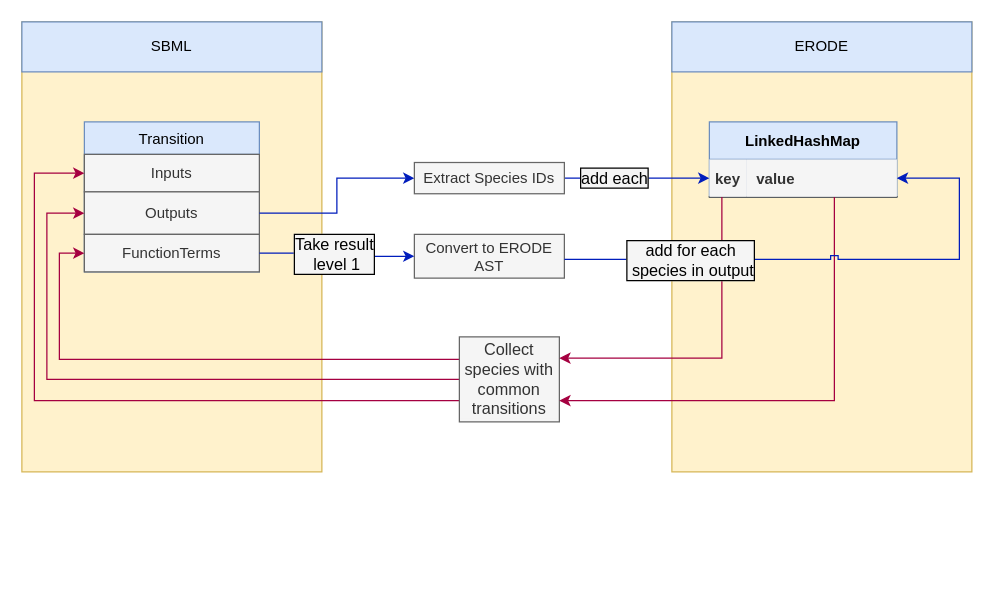
Above: Diagrams/TransitionConversion.drawio in Unfunctioned/SBML-Converter-for-ERODE (draw.io), before the change. Source tidied: cells renumbered, new cells numbered last; positions are measured from the earlier drawing's top-left corner, leaving out a move shared by most shapes. Both pictures are drawn from the tidied source at 125%, with x=0, y=0 at pixel (21, 21).
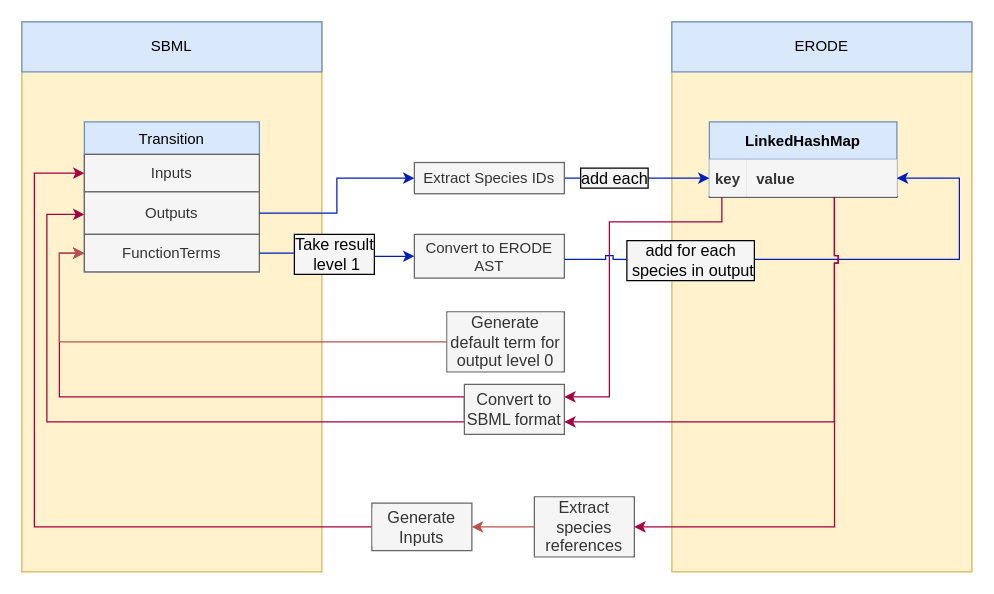
The same diagram, later.

The change refers to these unchanged cells:
```xml
<mxCell id="7" value="Inputs" style="rounded=0;whiteSpace=wrap;html=1;fillColor=#f5f5f5;strokeColor=#666666;fontColor=#333333;" parent="6" vertex="1">
  <mxGeometry y="26" width="140" height="30" as="geometry" />
</mxCell>
<mxCell id="8" value="Outputs" style="rounded=0;whiteSpace=wrap;html=1;fillColor=#f5f5f5;strokeColor=#666666;fontColor=#333333;" parent="6" vertex="1">
  <mxGeometry y="56" width="140" height="34" as="geometry" />
</mxCell>
<mxCell id="9" value="FunctionTerms" style="rounded=0;whiteSpace=wrap;html=1;fillColor=#f5f5f5;strokeColor=#666666;fontColor=#333333;" parent="6" vertex="1">
  <mxGeometry y="90" width="140" height="30" as="geometry" />
</mxCell>
<mxCell id="11" style="shape=partialRectangle;fillColor=none;top=0;left=0;bottom=1;right=0;points=[[0,0.5],[1,0.5]];portConstraint=eastwest;" parent="10" vertex="1">
  <mxGeometry y="30" width="150" height="30" as="geometry" />
</mxCell>
```

The edit, as a diff of the source:
```diff
@@
     <mxCell id="2" style="rounded=0;whiteSpace=wrap;html=1;fillColor=#fff2cc;strokeColor=#d6b656;" parent="1" vertex="1">
-      <mxGeometry width="240" height="360" as="geometry" />
+      <mxGeometry width="240" height="440" as="geometry" />
     </mxCell>
     <mxCell id="3" style="rounded=0;whiteSpace=wrap;html=1;fillColor=#fff2cc;strokeColor=#d6b656;" parent="1" vertex="1">
-      <mxGeometry x="520" width="240" height="360" as="geometry" />
+      <mxGeometry x="520" width="240" height="440" as="geometry" />
     </mxCell>
@@
-    <mxCell id="21" style="edgeStyle=orthogonalEdgeStyle;rounded=0;jumpStyle=sharp;jettySize=auto;html=1;entryX=0;entryY=0.5;entryDx=0;entryDy=0;fontSize=13;exitX=0;exitY=0.75;exitDx=0;exitDy=0;fillColor=#d80073;strokeColor=#A50040;" parent="1" edge="1" source="24" target="7">
+    <mxCell id="21" style="edgeStyle=orthogonalEdgeStyle;rounded=0;jumpStyle=sharp;jettySize=auto;html=1;entryX=0;entryY=0.5;entryDx=0;entryDy=0;fontSize=13;exitX=0;exitY=0.5;exitDx=0;exitDy=0;fillColor=#d80073;strokeColor=#A50040;" parent="1" edge="1" source="31" target="7">
       <mxGeometry relative="1" as="geometry">
         <Array as="points">
-          <mxPoint x="10" y="303" />
+          <mxPoint x="10" y="404" />
           <mxPoint x="10" y="121" />
         </Array>
       </mxGeometry>
     </mxCell>
-    <mxCell id="22" style="edgeStyle=orthogonalEdgeStyle;rounded=0;jumpStyle=sharp;jettySize=auto;html=1;entryX=0;entryY=0.5;entryDx=0;entryDy=0;fontSize=13;fillColor=#d80073;strokeColor=#A50040;" parent="1" edge="1" source="24" target="8">
+    <mxCell id="22" style="edgeStyle=orthogonalEdgeStyle;rounded=0;jumpStyle=sharp;jettySize=auto;html=1;entryX=0;entryY=0.5;entryDx=0;entryDy=0;fontSize=13;fillColor=#d80073;strokeColor=#A50040;exitX=0;exitY=0.25;exitDx=0;exitDy=0;" parent="1" edge="1" source="32">
       <mxGeometry relative="1" as="geometry">
+        <mxPoint x="50" y="154" as="targetPoint" />
         <Array as="points">
-          <mxPoint x="20" y="286" />
-          <mxPoint x="20" y="153" />
+          <mxPoint x="354" y="320" />
+          <mxPoint x="20" y="320" />
+          <mxPoint x="20" y="154" />
         </Array>
       </mxGeometry>
     </mxCell>
-    <mxCell id="23" style="edgeStyle=orthogonalEdgeStyle;rounded=0;jumpStyle=sharp;jettySize=auto;html=1;entryX=0;entryY=0.5;entryDx=0;entryDy=0;fontSize=13;fillColor=#d80073;strokeColor=#A50040;" parent="1" edge="1" source="24" target="9">
+    <mxCell id="23" style="edgeStyle=orthogonalEdgeStyle;rounded=0;jumpStyle=sharp;jettySize=auto;html=1;entryX=0;entryY=0.5;entryDx=0;entryDy=0;fontSize=13;fillColor=#d80073;strokeColor=#A50040;exitX=0;exitY=0.25;exitDx=0;exitDy=0;" parent="1" edge="1" source="32" target="9">
       <mxGeometry relative="1" as="geometry">
         <Array as="points">
-          <mxPoint x="30" y="270" />
+          <mxPoint x="30" y="300" />
           <mxPoint x="30" y="185" />
         </Array>
       </mxGeometry>
     </mxCell>
-    <mxCell id="24" value="Collect species with common transitions" style="rounded=0;whiteSpace=wrap;html=1;labelBackgroundColor=#F5F5F5;fillColor=#f5f5f5;fontSize=13;strokeColor=#666666;fontColor=#333333;" parent="1" vertex="1">
-      <mxGeometry x="350" y="252" width="80" height="68" as="geometry" />
-    </mxCell>
-    <mxCell id="25" style="edgeStyle=orthogonalEdgeStyle;rounded=0;jumpStyle=sharp;jettySize=auto;html=1;entryX=1;entryY=0.25;entryDx=0;entryDy=0;fontSize=13;fillColor=#d80073;strokeColor=#A50040;" parent="1" edge="1" source="11" target="24">
+    <mxCell id="25" style="edgeStyle=orthogonalEdgeStyle;rounded=0;jumpStyle=sharp;jettySize=auto;html=1;fontSize=13;fillColor=#d80073;strokeColor=#A50040;entryX=1;entryY=0.25;entryDx=0;entryDy=0;" parent="1" edge="1" source="11" target="32">
       <mxGeometry relative="1" as="geometry">
         <Array as="points">
-          <mxPoint x="560" y="269" />
+          <mxPoint x="560" y="160" />
+          <mxPoint x="470" y="160" />
+          <mxPoint x="470" y="300" />
         </Array>
       </mxGeometry>
     </mxCell>
-    <mxCell id="26" style="edgeStyle=orthogonalEdgeStyle;rounded=0;jettySize=auto;html=1;entryX=1;entryY=0.75;entryDx=0;entryDy=0;fontSize=13;jumpStyle=sharp;fillColor=#d80073;strokeColor=#A50040;" parent="1" edge="1" source="11" target="24">
-      <mxGeometry relative="1" as="geometry">
-        <Array as="points">
-          <mxPoint x="650" y="303" />
-        </Array>
-      </mxGeometry>
-    </mxCell>
+    <mxCell id="29" style="edgeStyle=orthogonalEdgeStyle;rounded=0;jettySize=auto;html=1;fillColor=#f8cecc;strokeColor=#b85450;" parent="1" edge="1" source="30" target="31">
+      <mxGeometry relative="1" as="geometry" />
+    </mxCell>
+    <mxCell id="30" value="Extract species references" style="rounded=0;whiteSpace=wrap;html=1;labelBackgroundColor=#F5F5F5;fillColor=#f5f5f5;fontSize=13;strokeColor=#666666;fontColor=#333333;" parent="1" vertex="1">
+      <mxGeometry x="410" y="380" width="80" height="48" as="geometry" />
+    </mxCell>
+    <mxCell id="31" value="Generate Inputs" style="rounded=0;whiteSpace=wrap;html=1;labelBackgroundColor=#F5F5F5;fillColor=#f5f5f5;fontSize=13;strokeColor=#666666;fontColor=#333333;" parent="1" vertex="1">
+      <mxGeometry x="280" y="385" width="80" height="38" as="geometry" />
+    </mxCell>
+    <mxCell id="32" value="Convert to SBML format" style="rounded=0;whiteSpace=wrap;html=1;labelBackgroundColor=#F5F5F5;fillColor=#f5f5f5;fontSize=13;strokeColor=#666666;fontColor=#333333;" parent="1" vertex="1">
+      <mxGeometry x="354" y="290" width="80" height="40" as="geometry" />
+    </mxCell>
@@
+    <mxCell id="33" style="edgeStyle=orthogonalEdgeStyle;rounded=0;jettySize=auto;html=1;fontSize=13;jumpStyle=sharp;fillColor=#d80073;strokeColor=#A50040;exitX=0.667;exitY=1;exitDx=0;exitDy=0;exitPerimeter=0;entryX=1;entryY=0.5;entryDx=0;entryDy=0;" parent="1" edge="1" source="11" target="30">
+      <mxGeometry relative="1" as="geometry">
+        <Array as="points">
+          <mxPoint x="650" y="404" />
+        </Array>
+      </mxGeometry>
+    </mxCell>
+    <mxCell id="26" style="edgeStyle=orthogonalEdgeStyle;rounded=0;jettySize=auto;html=1;fontSize=13;jumpStyle=sharp;fillColor=#d80073;strokeColor=#A50040;entryX=1;entryY=0.75;entryDx=0;entryDy=0;" parent="1" edge="1" source="11" target="32">
+      <mxGeometry relative="1" as="geometry">
+        <Array as="points">
+          <mxPoint x="650" y="320" />
+        </Array>
+      </mxGeometry>
+    </mxCell>
+    <mxCell id="34" style="edgeStyle=orthogonalEdgeStyle;rounded=0;jettySize=auto;html=1;entryX=0;entryY=0.5;entryDx=0;entryDy=0;fillColor=#f8cecc;strokeColor=#b85450;" parent="1" edge="1" source="35" target="9">
+      <mxGeometry relative="1" as="geometry" />
+    </mxCell>
+    <mxCell id="35" value="Generate default term for output level 0" style="rounded=0;whiteSpace=wrap;html=1;labelBackgroundColor=#F5F5F5;fillColor=#f5f5f5;fontSize=13;strokeColor=#666666;fontColor=#333333;" parent="1" vertex="1">
+      <mxGeometry x="340" y="232" width="94" height="48" as="geometry" />
+    </mxCell>
```
